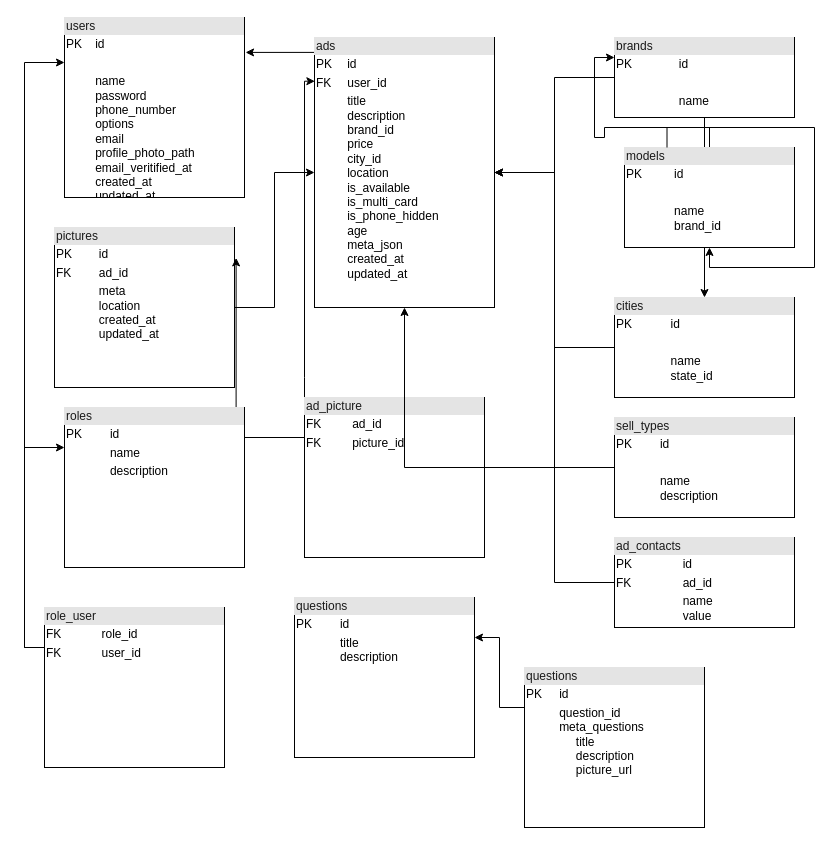
Above: diagrams.dio in Mdhesari/devicechi (draw.io), before the change. Source tidied: cells renumbered, new cells numbered last; positions are measured from the earlier drawing's top-left corner, leaving out a move shared by most shapes. Both pictures are drawn from the tidied source at 100%, with x=0, y=0 at pixel (44, 17).
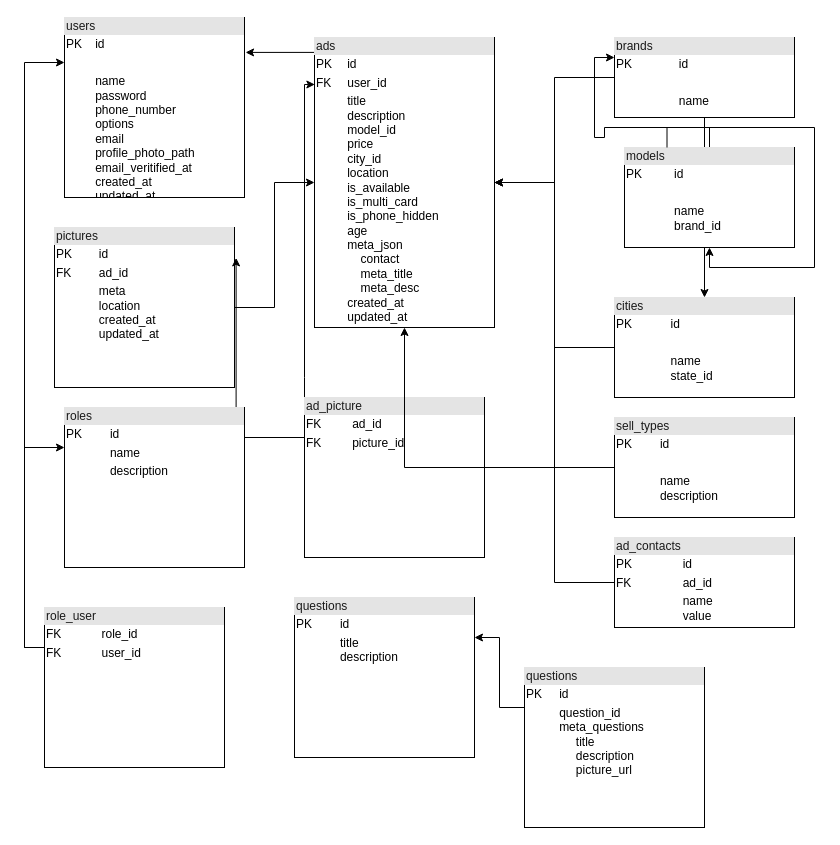
The same page after the edit.

Commit message (it also covers changes not shown here):
setup ads migration and ad model

Diff of the diagram source:
```diff
@@
-    <mxCell id="4" value="&lt;div style=&quot;box-sizing: border-box ; width: 100% ; background: #e4e4e4 ; padding: 2px&quot;&gt;&lt;font color=&quot;#1a1a1a&quot;&gt;ads&lt;/font&gt;&lt;/div&gt;&lt;table style=&quot;width: 100% ; font-size: 1em&quot; cellpadding=&quot;2&quot; cellspacing=&quot;0&quot;&gt;&lt;tbody&gt;&lt;tr&gt;&lt;td&gt;PK&lt;/td&gt;&lt;td&gt;id&lt;/td&gt;&lt;/tr&gt;&lt;tr&gt;&lt;td&gt;FK&lt;/td&gt;&lt;td&gt;user_id&lt;/td&gt;&lt;/tr&gt;&lt;tr&gt;&lt;td&gt;&lt;/td&gt;&lt;td&gt;title&lt;br&gt;description&lt;br&gt;brand_id&lt;br&gt;price&lt;br&gt;city_id&lt;br&gt;location&lt;br&gt;is_available&lt;br&gt;is_multi_card&lt;br&gt;is_phone_hidden&lt;br&gt;age&lt;br&gt;meta_json&lt;br&gt;created_at&lt;br&gt;updated_at&lt;/td&gt;&lt;/tr&gt;&lt;/tbody&gt;&lt;/table&gt;" style="verticalAlign=top;align=left;overflow=fill;html=1;" parent="1" vertex="1">
-      <mxGeometry x="270" y="20" width="180" height="270" as="geometry" />
+    <mxCell id="4" value="&lt;div style=&quot;box-sizing: border-box ; width: 100% ; background: #e4e4e4 ; padding: 2px&quot;&gt;&lt;font color=&quot;#1a1a1a&quot;&gt;ads&lt;/font&gt;&lt;/div&gt;&lt;table style=&quot;width: 100% ; font-size: 1em&quot; cellpadding=&quot;2&quot; cellspacing=&quot;0&quot;&gt;&lt;tbody&gt;&lt;tr&gt;&lt;td&gt;PK&lt;/td&gt;&lt;td&gt;id&lt;/td&gt;&lt;/tr&gt;&lt;tr&gt;&lt;td&gt;FK&lt;/td&gt;&lt;td&gt;user_id&lt;/td&gt;&lt;/tr&gt;&lt;tr&gt;&lt;td&gt;&lt;/td&gt;&lt;td&gt;title&lt;br&gt;description&lt;br&gt;model_id&lt;br&gt;price&lt;br&gt;city_id&lt;br&gt;location&lt;br&gt;is_available&lt;br&gt;is_multi_card&lt;br&gt;is_phone_hidden&lt;br&gt;age&lt;br&gt;meta_json&lt;br&gt;&amp;nbsp; &amp;nbsp; contact&lt;br&gt;&amp;nbsp; &amp;nbsp; meta_title&lt;br&gt;&amp;nbsp; &amp;nbsp; meta_desc&lt;br&gt;created_at&lt;br&gt;updated_at&lt;/td&gt;&lt;/tr&gt;&lt;/tbody&gt;&lt;/table&gt;" style="verticalAlign=top;align=left;overflow=fill;html=1;" parent="1" vertex="1">
+      <mxGeometry x="270" y="20" width="180" height="290" as="geometry" />
     </mxCell>
```
